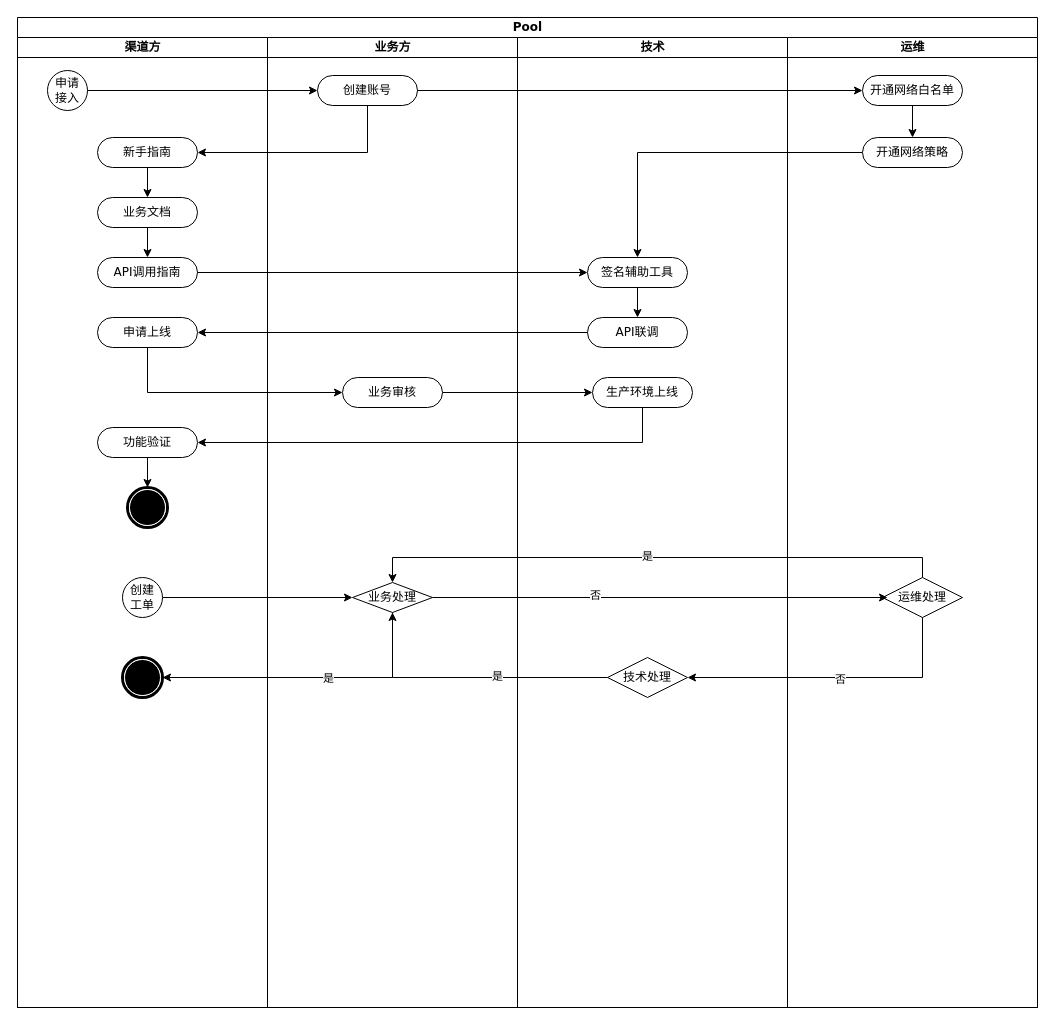
This is 互联网合作支撑平台.drawio from hujun8610/doc, a draw.io file, before an edit. Source tidied: cells renumbered, new cells numbered last; positions are measured from the earlier drawing's top-left corner, leaving out a move shared by most shapes. Both pictures are drawn from the tidied source at 100%, with x=0, y=0 at pixel (17, 17).
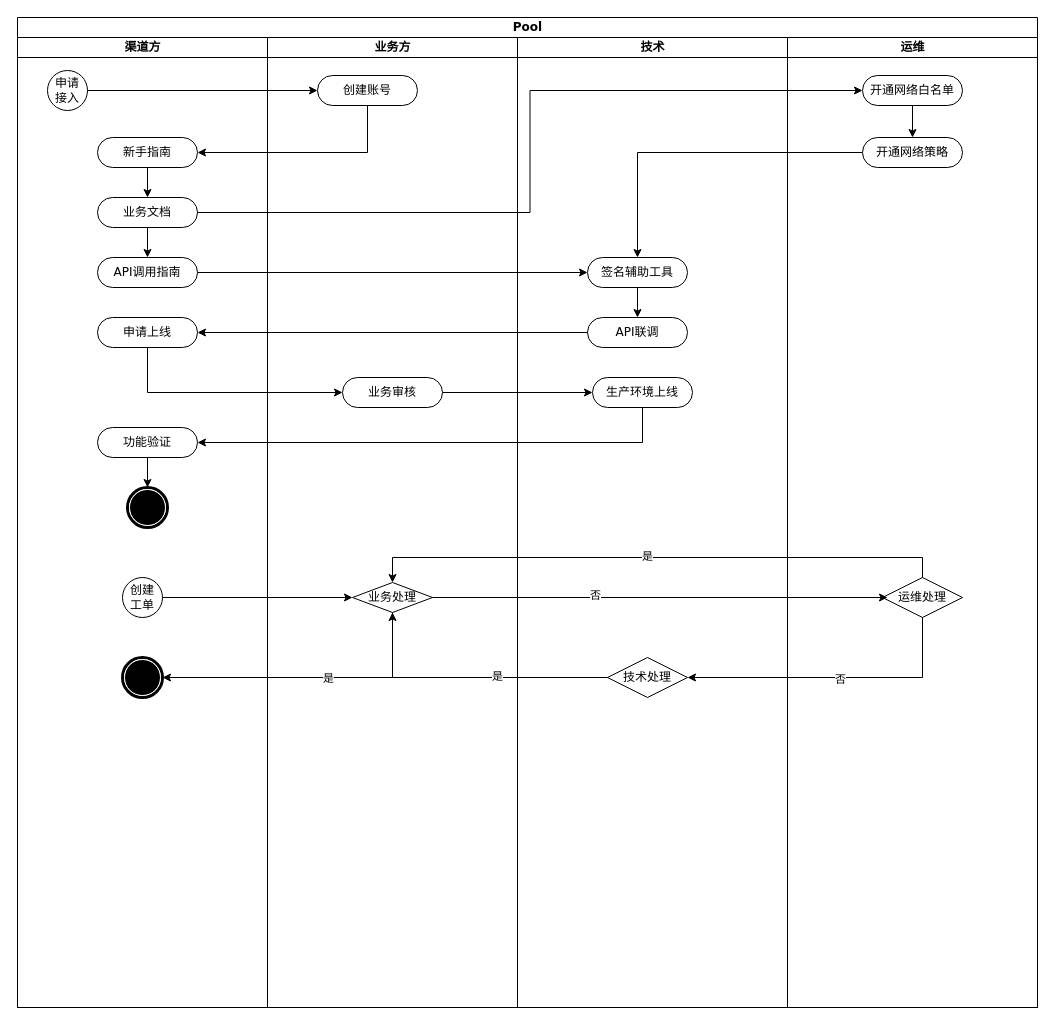
Above is the later version.

Commit message (it also covers changes not shown here):
更新互联网合作支撑平台.drawio

Unchanged cells that the change refers to:
```xml
<mxCell id="2" value="Pool" style="swimlane;html=1;startSize=20;rounded=0;shadow=0;comic=0;labelBackgroundColor=none;strokeWidth=1;fontFamily=Verdana;fontSize=12;align=center;" parent="1" vertex="1">
  <mxGeometry width="1020" height="990" as="geometry" />
</mxCell>
<mxCell id="8" value="业务文档" style="rounded=1;whiteSpace=wrap;html=1;shadow=0;comic=0;labelBackgroundColor=none;strokeWidth=1;fontFamily=Verdana;fontSize=12;align=center;arcSize=50;" parent="3" vertex="1">
  <mxGeometry x="80" y="160" width="100" height="30" as="geometry" />
</mxCell>
<mxCell id="17" value="创建账号" style="rounded=1;whiteSpace=wrap;html=1;shadow=0;comic=0;labelBackgroundColor=none;strokeWidth=1;fontFamily=Verdana;fontSize=12;align=center;arcSize=50;" parent="16" vertex="1">
  <mxGeometry x="50" y="38" width="100" height="30" as="geometry" />
</mxCell>
<mxCell id="40" value="开通网络白名单" style="rounded=1;whiteSpace=wrap;html=1;shadow=0;comic=0;labelBackgroundColor=none;strokeWidth=1;fontFamily=Verdana;fontSize=12;align=center;arcSize=50;" parent="38" vertex="1">
  <mxGeometry x="75" y="38" width="100" height="30" as="geometry" />
</mxCell>
```

The edit, as a diff of the source:
```diff
@@
-    <mxCell id="36" style="edgeStyle=orthogonalEdgeStyle;rounded=0;jettySize=auto;html=1;exitX=1;exitY=0.5;exitDx=0;exitDy=0;" parent="2" edge="1" source="17" target="40">
-      <mxGeometry relative="1" as="geometry" />
-    </mxCell>
@@
+    <mxCell id="54" style="edgeStyle=orthogonalEdgeStyle;rounded=0;jettySize=auto;html=1;entryX=0;entryY=0.5;entryDx=0;entryDy=0;" parent="2" edge="1" source="8" target="40">
+      <mxGeometry relative="1" as="geometry" />
+    </mxCell>
```
